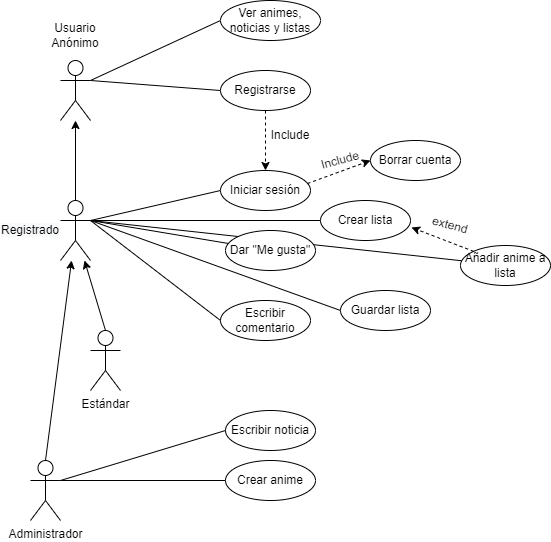
raulfarce01/yumeanime keeps this draw.io diagram as DiagramaCasosUso.png. Above is the earlier version. Source tidied: cells renumbered, new cells last; positions are measured from the earlier drawing's top-left corner, leaving out a move shared by most shapes.
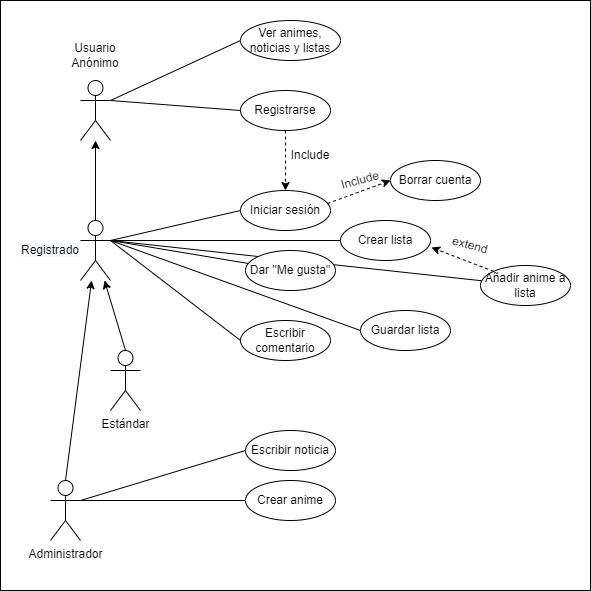
After the change.

What changed in the source:
```diff
@@ -2,6 +2,9 @@
   <root>
     <mxCell id="0" />
     <mxCell id="1" parent="0" />
+    <mxCell id="38" style="rounded=0;whiteSpace=wrap;html=1;" parent="1" vertex="1">
+      <mxGeometry x="-20" y="-20" width="590" height="590" as="geometry" />
+    </mxCell>
     <mxCell id="2" style="edgeStyle=none;rounded=0;jettySize=auto;html=1;exitX=1;exitY=0.3333333333333333;exitDx=0;exitDy=0;exitPerimeter=0;entryX=0;entryY=0.5;entryDx=0;entryDy=0;endArrow=none;endFill=0;" parent="1" edge="1" source="4" target="14">
       <mxGeometry relative="1" as="geometry" />
     </mxCell>
```
